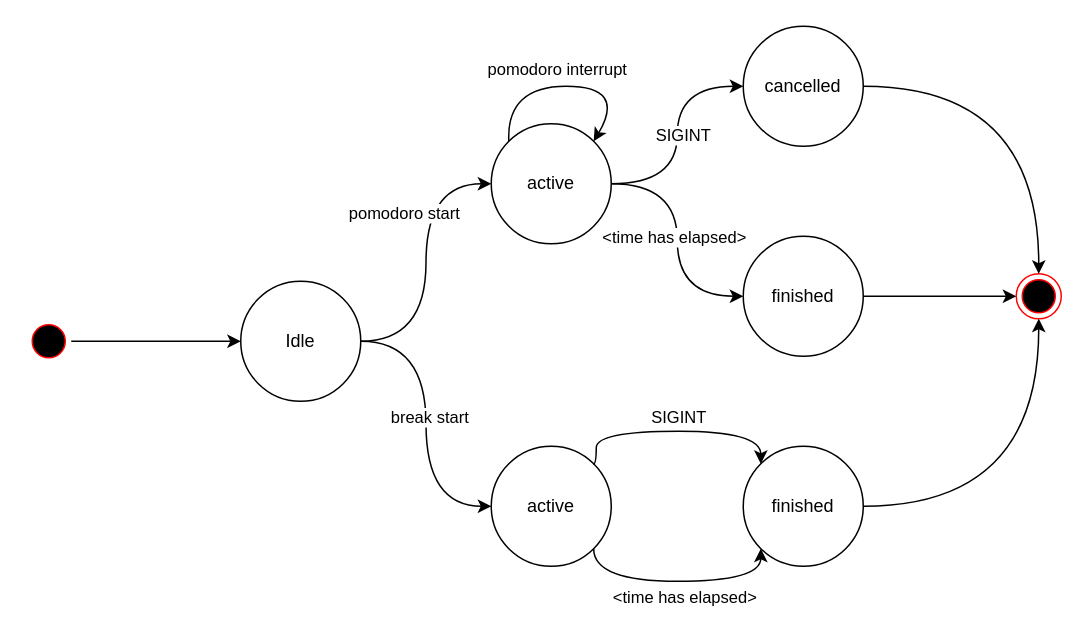
The draw.io diagram doc/statemachine.drawio in suhlig/rustomato, before the edit. Source tidied: cells renumbered, new cells numbered last; positions are measured from the earlier drawing's top-left corner, leaving out a move shared by most shapes. Both pictures are drawn from the tidied source at 150%, with x=0, y=0 at pixel (26, 26).
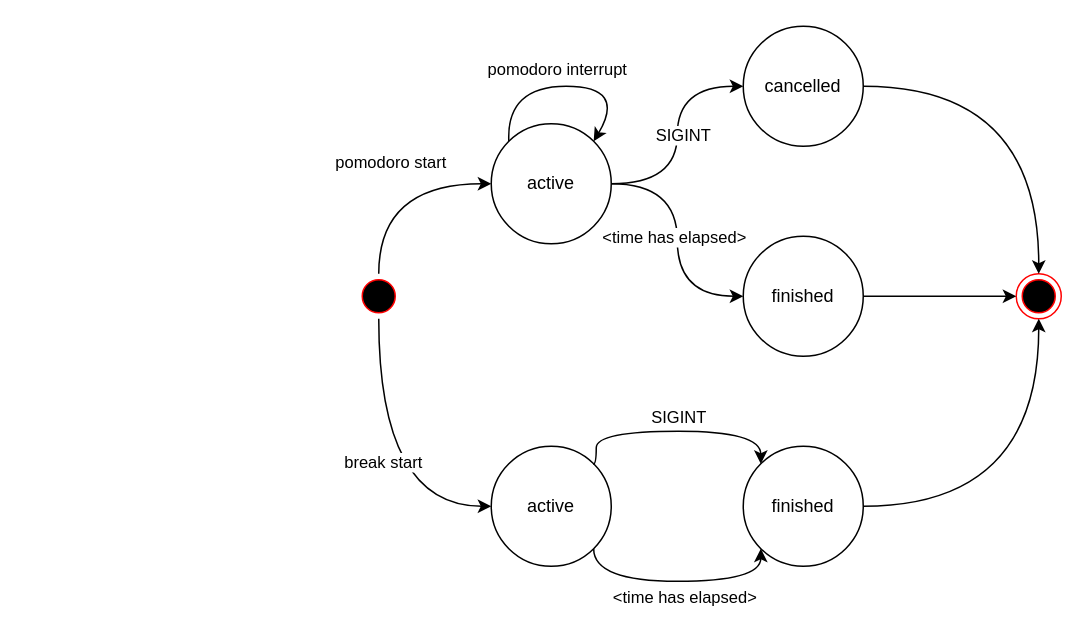
The same page after the edit.

Commit message (it also covers changes not shown here):
Create database schema and simple tests

Unchanged cells that the change refers to:
```xml
<mxCell id="9" value="active" style="ellipse;whiteSpace=wrap;html=1;" parent="1" vertex="1">
  <mxGeometry x="310" y="65" width="80" height="80" as="geometry" />
</mxCell>
<mxCell id="22" value="active" style="ellipse;whiteSpace=wrap;html=1;" parent="1" vertex="1">
  <mxGeometry x="310" y="280" width="80" height="80" as="geometry" />
</mxCell>
```

Change to the diagram source:
```diff
@@
-    <mxCell id="2" style="edgeStyle=orthogonalEdgeStyle;curved=1;jettySize=auto;html=1;strokeColor=#000000;" parent="1" edge="1" source="3" target="15">
-      <mxGeometry relative="1" as="geometry" />
-    </mxCell>
     <mxCell id="3" style="ellipse;html=1;shape=startState;fillColor=#000000;strokeColor=#ff0000;" parent="1" vertex="1">
-      <mxGeometry y="195" width="30" height="30" as="geometry" />
+      <mxGeometry x="220" y="165" width="30" height="30" as="geometry" />
     </mxCell>
@@
-    <mxCell id="11" style="edgeStyle=orthogonalEdgeStyle;curved=1;jettySize=auto;html=1;strokeColor=#000000;entryX=0;entryY=0.5;entryDx=0;entryDy=0;" parent="1" edge="1" source="15" target="9">
+    <mxCell id="11" style="edgeStyle=orthogonalEdgeStyle;curved=1;jettySize=auto;html=1;strokeColor=#000000;entryX=0;entryY=0.5;entryDx=0;entryDy=0;exitX=0.5;exitY=0;exitDx=0;exitDy=0;" parent="1" edge="1" source="3" target="9">
       <mxGeometry relative="1" as="geometry" />
     </mxCell>
@@
-    <mxCell id="13" style="edgeStyle=orthogonalEdgeStyle;curved=1;jettySize=auto;html=1;strokeColor=#000000;entryX=0;entryY=0.5;entryDx=0;entryDy=0;entryPerimeter=0;" parent="1" edge="1" source="15" target="22">
+    <mxCell id="13" style="edgeStyle=orthogonalEdgeStyle;curved=1;jettySize=auto;html=1;strokeColor=#000000;entryX=0;entryY=0.5;entryDx=0;entryDy=0;entryPerimeter=0;exitX=0.5;exitY=1;exitDx=0;exitDy=0;" parent="1" edge="1" source="3" target="22">
       <mxGeometry relative="1" as="geometry" />
     </mxCell>
@@
-    <mxCell id="15" value="Idle" style="ellipse;whiteSpace=wrap;html=1;" parent="1" vertex="1">
-      <mxGeometry x="143" y="170" width="80" height="80" as="geometry" />
-    </mxCell>
```
